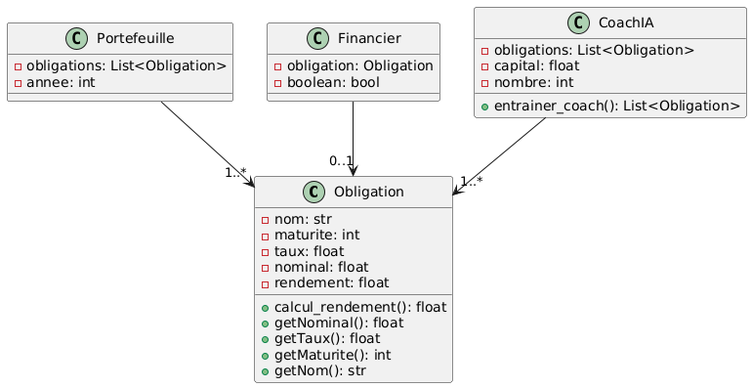
This is diagramme_class.png from eagle-gold/Methodes-agiles-fusion, a PlantUML export, as it was before one commit. The source it was exported from:
```plantuml
@startuml
class Obligation {
    - nom: str
    - maturite: int
    - taux: float
    - nominal: float
    - rendement: float
    + calcul_rendement(): float
    + getNominal(): float
    + getTaux(): float
    + getMaturite(): int
    + getNom(): str
}

class Portefeuille {
    - obligations: List<Obligation>
    - annee: int
}

class Financier {
    - obligation: Obligation
    - boolean: bool
}

class CoachIA {
    - obligations: List<Obligation>
    - capital: float
    - nombre: int
    + entrainer_coach(): List<Obligation>
}

Portefeuille --> "1..*" Obligation
Financier --> "0..1" Obligation
CoachIA --> "1..*" Obligation
@enduml
```
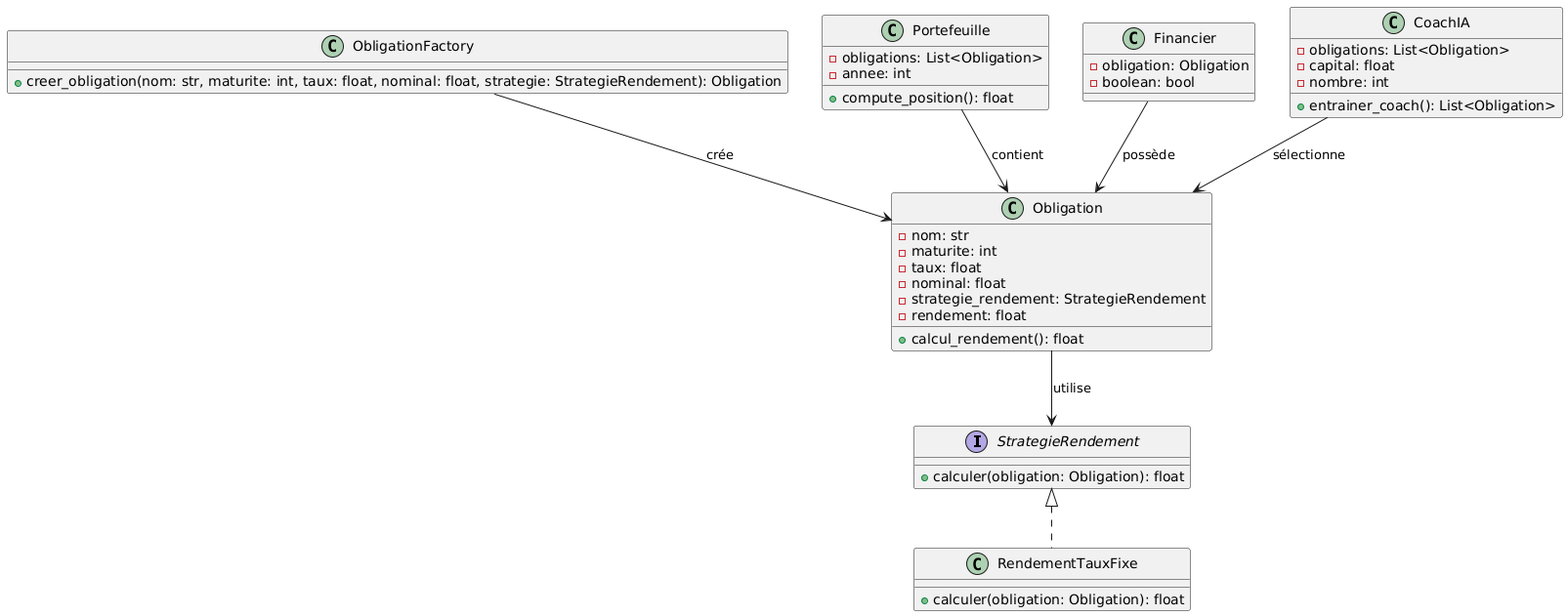
After the commit.

Change to the diagram source:
```diff
@@ -1,35 +1,47 @@
 @startuml
+interface StrategieRendement {
+    +calculer(obligation: Obligation): float
+}
+
+class RendementTauxFixe implements StrategieRendement {
+    +calculer(obligation: Obligation): float
+}
+
+class ObligationFactory {
+    +creer_obligation(nom: str, maturite: int, taux: float, nominal: float, strategie: StrategieRendement): Obligation
+}
+
 class Obligation {
-    - nom: str
-    - maturite: int
-    - taux: float
-    - nominal: float
-    - rendement: float
-    + calcul_rendement(): float
-    + getNominal(): float
-    + getTaux(): float
-    + getMaturite(): int
-    + getNom(): str
+    -nom: str
+    -maturite: int
+    -taux: float
+    -nominal: float
+    -strategie_rendement: StrategieRendement
+    -rendement: float
+    +calcul_rendement(): float
 }
 
 class Portefeuille {
-    - obligations: List<Obligation>
-    - annee: int
+    -obligations: List<Obligation>
+    -annee: int
+    +compute_position(): float
 }
 
 class Financier {
-    - obligation: Obligation
-    - boolean: bool
+    -obligation: Obligation
+    -boolean: bool
 }
 
 class CoachIA {
-    - obligations: List<Obligation>
-    - capital: float
-    - nombre: int
-    + entrainer_coach(): List<Obligation>
+    -obligations: List<Obligation>
+    -capital: float
+    -nombre: int
+    +entrainer_coach(): List<Obligation>
 }
 
-Portefeuille --> "1..*" Obligation
-Financier --> "0..1" Obligation
-CoachIA --> "1..*" Obligation
+Obligation --> StrategieRendement : utilise
+ObligationFactory --> Obligation : crée
+Portefeuille --> Obligation : contient
+Financier --> Obligation : possède
+CoachIA --> Obligation : sélectionne
 @enduml
```
